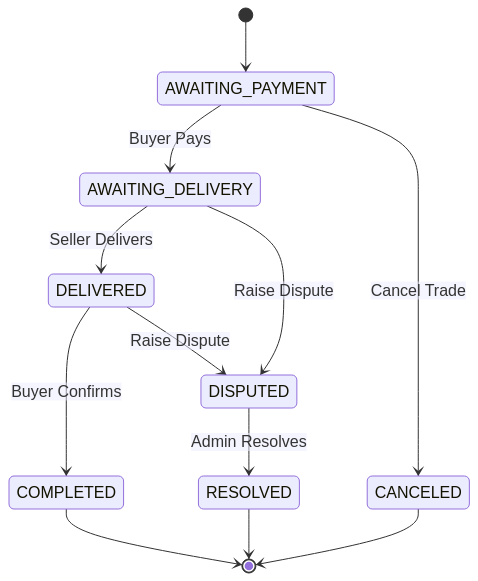
Before: state_machine.png, a diagram exported from Mermaid (ekenegodwins22-eng/telegram-escrow-bot). Its source is kept beside it as state_machine.mmd. Its diagram source:
```mermaid
stateDiagram-v2
    [*] --> AWAITING_PAYMENT
    AWAITING_PAYMENT --> AWAITING_DELIVERY : Buyer Pays
    AWAITING_PAYMENT --> CANCELED : Cancel Trade
    AWAITING_DELIVERY --> DELIVERED : Seller Delivers
    AWAITING_DELIVERY --> DISPUTED : Raise Dispute
    DELIVERED --> COMPLETED : Buyer Confirms
    DELIVERED --> DISPUTED : Raise Dispute
    DISPUTED --> RESOLVED : Admin Resolves
    COMPLETED --> [*]
    CANCELED --> [*]
    RESOLVED --> [*]
```
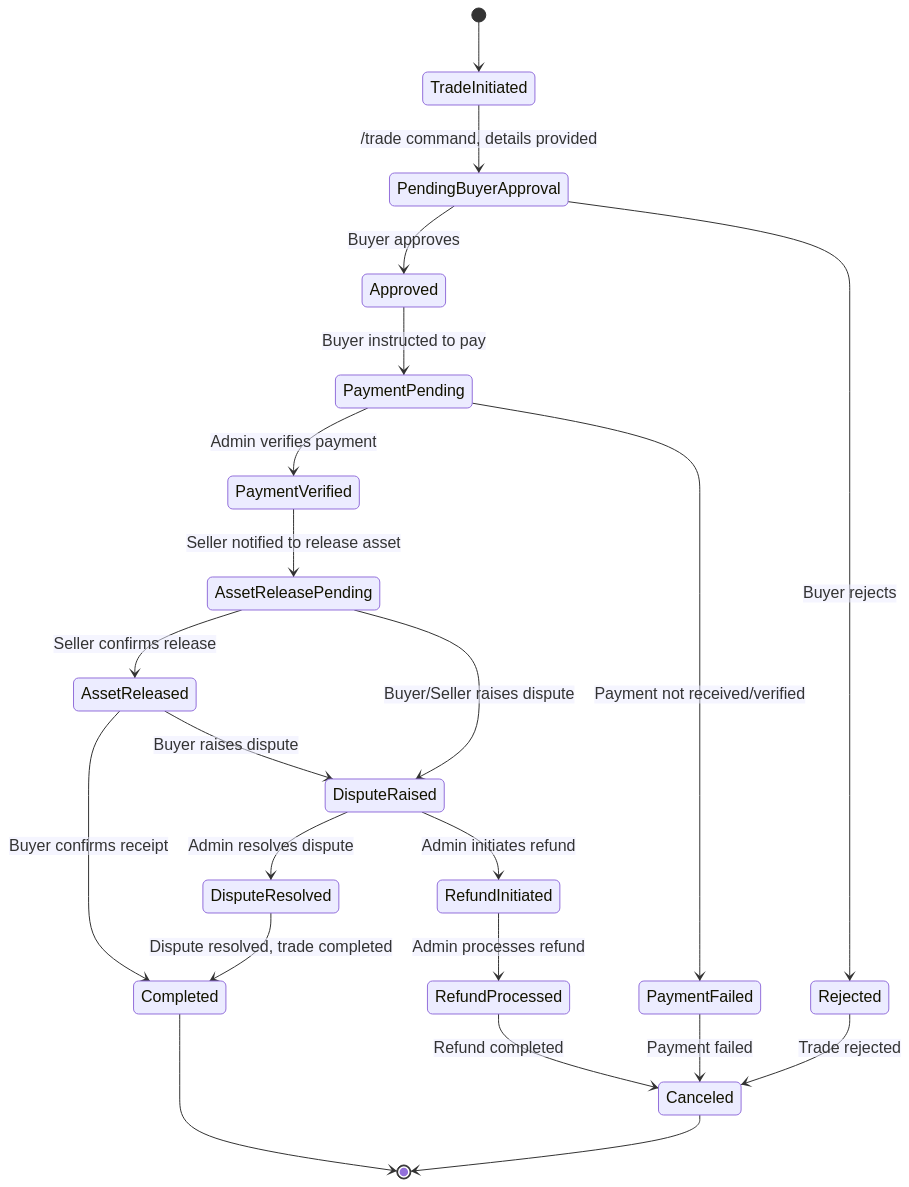
Later version of the same file.

Change to the diagram source:
```diff
@@ -1,12 +1,30 @@
 stateDiagram-v2
-    [*] --> AWAITING_PAYMENT
-    AWAITING_PAYMENT --> AWAITING_DELIVERY : Buyer Pays
-    AWAITING_PAYMENT --> CANCELED : Cancel Trade
-    AWAITING_DELIVERY --> DELIVERED : Seller Delivers
-    AWAITING_DELIVERY --> DISPUTED : Raise Dispute
-    DELIVERED --> COMPLETED : Buyer Confirms
-    DELIVERED --> DISPUTED : Raise Dispute
-    DISPUTED --> RESOLVED : Admin Resolves
-    COMPLETED --> [*]
-    CANCELED --> [*]
-    RESOLVED --> [*]
+    [*] --> TradeInitiated
+
+    TradeInitiated --> PendingBuyerApproval : /trade command, details provided
+    PendingBuyerApproval --> Approved : Buyer approves
+    PendingBuyerApproval --> Rejected : Buyer rejects
+
+    Approved --> PaymentPending : Buyer instructed to pay
+    PaymentPending --> PaymentVerified : Admin verifies payment
+    PaymentPending --> PaymentFailed : Payment not received/verified
+
+    PaymentVerified --> AssetReleasePending : Seller notified to release asset
+    AssetReleasePending --> AssetReleased : Seller confirms release
+    AssetReleasePending --> DisputeRaised : Buyer/Seller raises dispute
+
+    AssetReleased --> Completed : Buyer confirms receipt
+    AssetReleased --> DisputeRaised : Buyer raises dispute
+
+    DisputeRaised --> DisputeResolved : Admin resolves dispute
+    DisputeRaised --> RefundInitiated : Admin initiates refund
+
+    RefundInitiated --> RefundProcessed : Admin processes refund
+
+    Rejected --> Canceled : Trade rejected
+    PaymentFailed --> Canceled : Payment failed
+    DisputeResolved --> Completed : Dispute resolved, trade completed
+    RefundProcessed --> Canceled : Refund completed
+
+    Canceled --> [*]
+    Completed --> [*]
```
